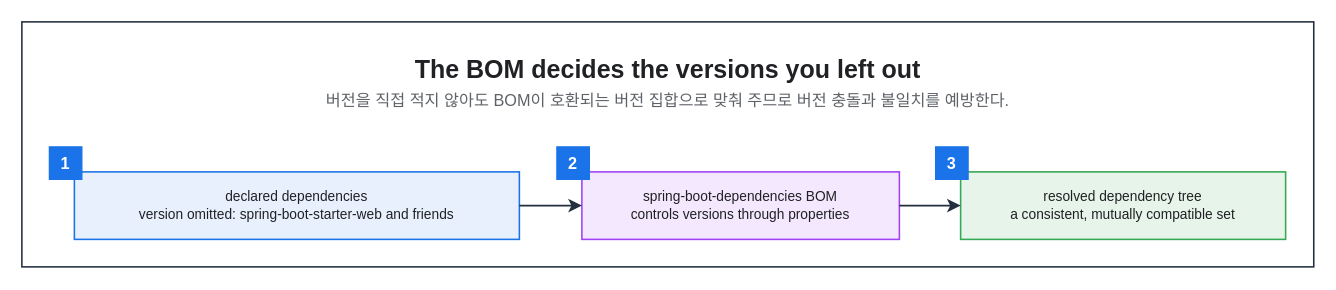
This is assets/img/spring/spring-22-dependency-bom.drawio from KKamJi98/kkamji98.github.io, a draw.io file, before an edit. Source tidied: cells renumbered, new cells numbered last; positions are measured from the earlier drawing's top-left corner, leaving out a move shared by most shapes. Both pictures are drawn from the tidied source at 125%, with x=0, y=0 at pixel (21, 21).
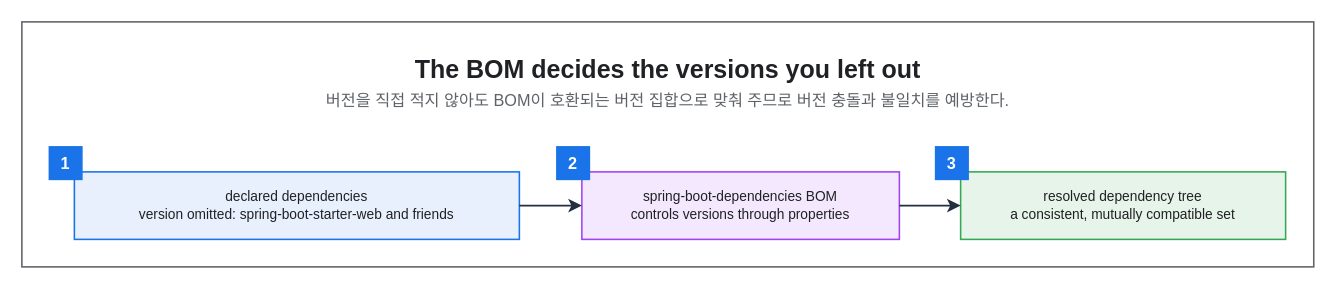
The same page after the edit.

The edit, as a diff of the source:
```diff
@@
 <mxGraphModel background="#FFFFFF">
   <root>
     <mxCell id="0" />
     <mxCell id="1" parent="0" />
-    <mxCell id="2" style="rounded=0;html=0;fillColor=none;strokeColor=#232F3E;fontColor=#202124;strokeWidth=1.25;" parent="1" vertex="1">
+    <mxCell id="2" style="rounded=0;html=0;fillColor=none;strokeColor=#5F6368;fontColor=#202124;strokeWidth=1.25;" parent="1" vertex="1">
       <mxGeometry width="1033.5" height="196" as="geometry" />
     </mxCell>
     <mxCell id="3" value="The BOM decides the versions you left out" style="text;html=0;whiteSpace=wrap;fillColor=none;strokeColor=none;fontColor=#202124;fontSize=20;fontStyle=1;align=center;verticalAlign=middle;" parent="1" vertex="1">
       <mxGeometry x="22" y="22" width="989.5" height="30" as="geometry" />
     </mxCell>
     <mxCell id="4" value="버전을 직접 적지 않아도 BOM이 호환되는 버전 집합으로 맞춰 주므로 버전 충돌과 불일치를 예방한다." style="text;html=0;whiteSpace=wrap;fillColor=none;strokeColor=none;fontColor=#5F6368;fontSize=13;fontStyle=0;align=center;verticalAlign=middle;" parent="1" vertex="1">
       <mxGeometry x="22" y="52" width="989.5" height="22" as="geometry" />
     </mxCell>
     <mxCell id="5" value="declared dependencies&#10;version omitted: spring-boot-starter-web and friends" style="rounded=0;whiteSpace=wrap;html=0;fillColor=#E8F0FE;strokeColor=#1A73E8;fontColor=#202124;fontSize=11;fontStyle=0;align=center;verticalAlign=middle;spacingLeft=6;spacingRight=6;strokeWidth=1.25;" parent="1" vertex="1">
       <mxGeometry x="42" y="120" width="356" height="54" as="geometry" />
     </mxCell>
     <mxCell id="6" value="spring-boot-dependencies BOM&#10;controls versions through properties" style="rounded=0;whiteSpace=wrap;html=0;fillColor=#F3E8FD;strokeColor=#A142F4;fontColor=#202124;fontSize=11;fontStyle=0;align=center;verticalAlign=middle;spacingLeft=6;spacingRight=6;strokeWidth=1.25;" parent="1" vertex="1">
       <mxGeometry x="448" y="120" width="254" height="54" as="geometry" />
     </mxCell>
     <mxCell id="7" value="resolved dependency tree&#10;a consistent, mutually compatible set" style="rounded=0;whiteSpace=wrap;html=0;fillColor=#E6F4EA;strokeColor=#34A853;fontColor=#202124;fontSize=11;fontStyle=0;align=center;verticalAlign=middle;spacingLeft=6;spacingRight=6;strokeWidth=1.25;" parent="1" vertex="1">
       <mxGeometry x="751" y="120" width="260" height="54" as="geometry" />
     </mxCell>
-    <mxCell id="8" value="1" style="rounded=0;whiteSpace=wrap;html=0;fillColor=#1A73E8;strokeColor=#1A73E8;fontColor=#FFFFFF;fontSize=13;fontStyle=1;align=center;verticalAlign=middle;" parent="1" vertex="1">
+    <mxCell id="8" value="1" style="rounded=0;whiteSpace=wrap;html=0;fillColor=#1A73E8;strokeColor=#1A73E8;fontColor=#FFFFFF;fontSize=13;fontStyle=1;align=center;verticalAlign=middle;strokeWidth=1.25;" parent="1" vertex="1">
       <mxGeometry x="22" y="100" width="26" height="26" as="geometry" />
     </mxCell>
-    <mxCell id="9" value="2" style="rounded=0;whiteSpace=wrap;html=0;fillColor=#1A73E8;strokeColor=#1A73E8;fontColor=#FFFFFF;fontSize=13;fontStyle=1;align=center;verticalAlign=middle;" parent="1" vertex="1">
+    <mxCell id="9" value="2" style="rounded=0;whiteSpace=wrap;html=0;fillColor=#1A73E8;strokeColor=#1A73E8;fontColor=#FFFFFF;fontSize=13;fontStyle=1;align=center;verticalAlign=middle;strokeWidth=1.25;" parent="1" vertex="1">
       <mxGeometry x="428" y="100" width="26" height="26" as="geometry" />
     </mxCell>
-    <mxCell id="10" value="3" style="rounded=0;whiteSpace=wrap;html=0;fillColor=#1A73E8;strokeColor=#1A73E8;fontColor=#FFFFFF;fontSize=13;fontStyle=1;align=center;verticalAlign=middle;" parent="1" vertex="1">
+    <mxCell id="10" value="3" style="rounded=0;whiteSpace=wrap;html=0;fillColor=#1A73E8;strokeColor=#1A73E8;fontColor=#FFFFFF;fontSize=13;fontStyle=1;align=center;verticalAlign=middle;strokeWidth=1.25;" parent="1" vertex="1">
       <mxGeometry x="731" y="100" width="26" height="26" as="geometry" />
     </mxCell>
     <mxCell id="11" style="edgeStyle=orthogonalEdgeStyle;rounded=0;html=0;strokeColor=#232F3E;strokeWidth=1.25;endArrow=classic;endFill=1;endSize=7;fontSize=11;fontColor=#202124;labelBackgroundColor=none;jettySize=14;exitX=1;exitY=0.5;entryX=0;entryY=0.5;exitDx=0;exitDy=0;entryDx=0;entryDy=0;" parent="1" edge="1" source="5" target="6">
       <mxGeometry relative="1" as="geometry" />
     </mxCell>
     <mxCell id="12" style="edgeStyle=orthogonalEdgeStyle;rounded=0;html=0;strokeColor=#232F3E;strokeWidth=1.25;endArrow=classic;endFill=1;endSize=7;fontSize=11;fontColor=#202124;labelBackgroundColor=none;jettySize=14;exitX=1;exitY=0.5;entryX=0;entryY=0.5;exitDx=0;exitDy=0;entryDx=0;entryDy=0;" parent="1" edge="1" source="6" target="7">
       <mxGeometry relative="1" as="geometry" />
     </mxCell>
   </root>
 </mxGraphModel>
```
